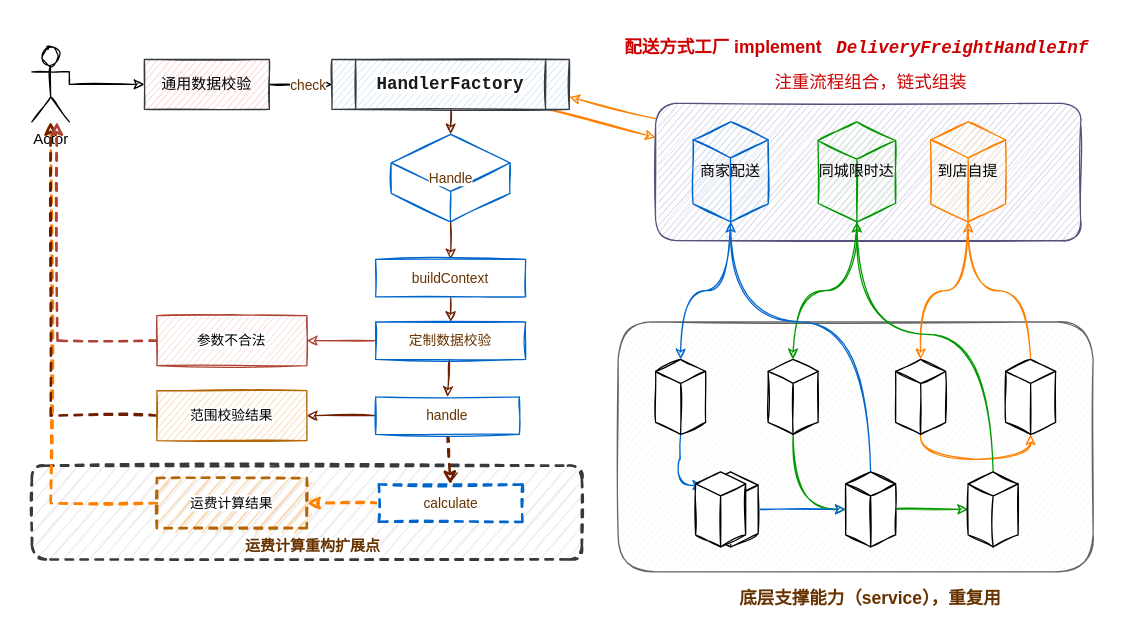
The draw.io diagram 未命名绘图.drawio in cb2s/goodGoodStudy, before the edit. Source tidied: cells renumbered, new cells numbered last; positions are measured from the earlier drawing's top-left corner, leaving out a move shared by most shapes. Both pictures are drawn from the tidied source at 125%, with x=0, y=0 at pixel (31, 21).
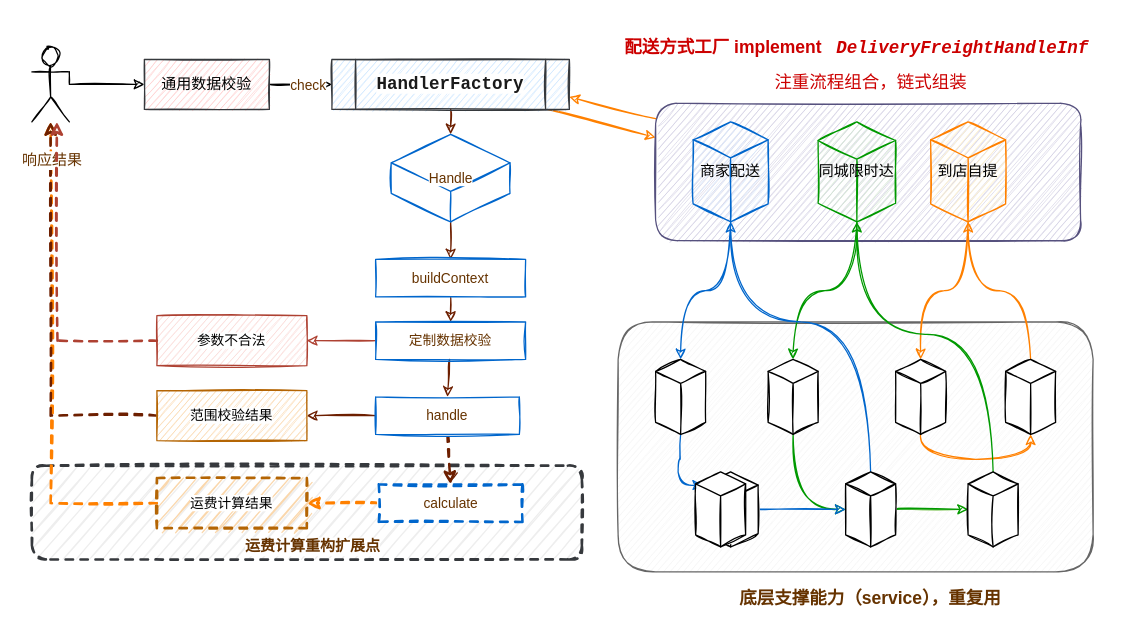
The same diagram, later.

Commit message (it also covers changes not shown here):
更新未命名绘图.drawio

Unchanged cells that the change refers to:
```xml
<mxCell id="54" style="edgeStyle=orthogonalEdgeStyle;rounded=0;sketch=1;jettySize=auto;html=1;exitX=0;exitY=0.5;exitDx=0;exitDy=0;dashed=1;strokeColor=#6D1F00;strokeWidth=2;fontSize=11;fontColor=#663300;fillColor=#a0522d;" parent="1" edge="1" source="55" target="5">
  <mxGeometry relative="1" as="geometry" />
</mxCell>
```

The edit, as a diff of the source:
```diff
@@
-    <mxCell id="5" value="Actor" style="shape=umlActor;verticalLabelPosition=bottom;verticalAlign=top;html=1;outlineConnect=0;sketch=1;" parent="1" vertex="1">
+    <mxCell id="5" style="shape=umlActor;verticalLabelPosition=bottom;verticalAlign=top;html=1;outlineConnect=0;sketch=1;" parent="1" vertex="1">
       <mxGeometry y="20" width="30" height="60" as="geometry" />
     </mxCell>
@@
+    <mxCell id="59" value="响应结果" style="edgeLabel;html=1;align=center;verticalAlign=middle;fontSize=12;fontColor=#663300;" parent="54" vertex="1">
+      <mxGeometry x="0.92" y="11" relative="1" as="geometry">
+        <mxPoint x="11" y="17.1" as="offset" />
+      </mxGeometry>
+    </mxCell>
```
